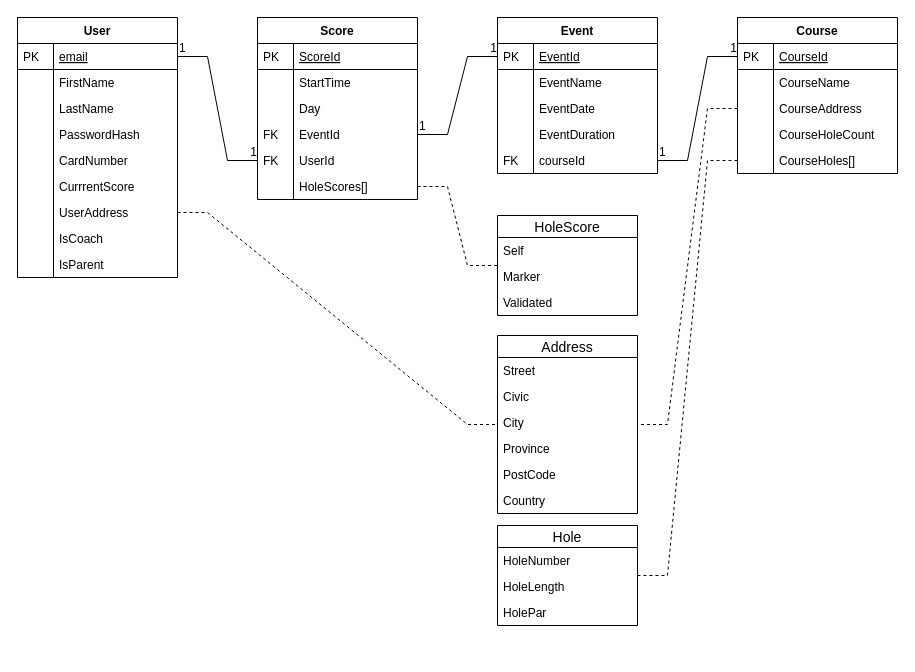
This is ProjectDocs/GolfScoringDB.drawio from paolob67/GolfScoring, a draw.io file, before an edit. Source tidied: cells renumbered, new cells numbered last; positions are measured from the earlier drawing's top-left corner, leaving out a move shared by most shapes. Both pictures are drawn from the tidied source at 100%, with x=0, y=0 at pixel (17, 17).
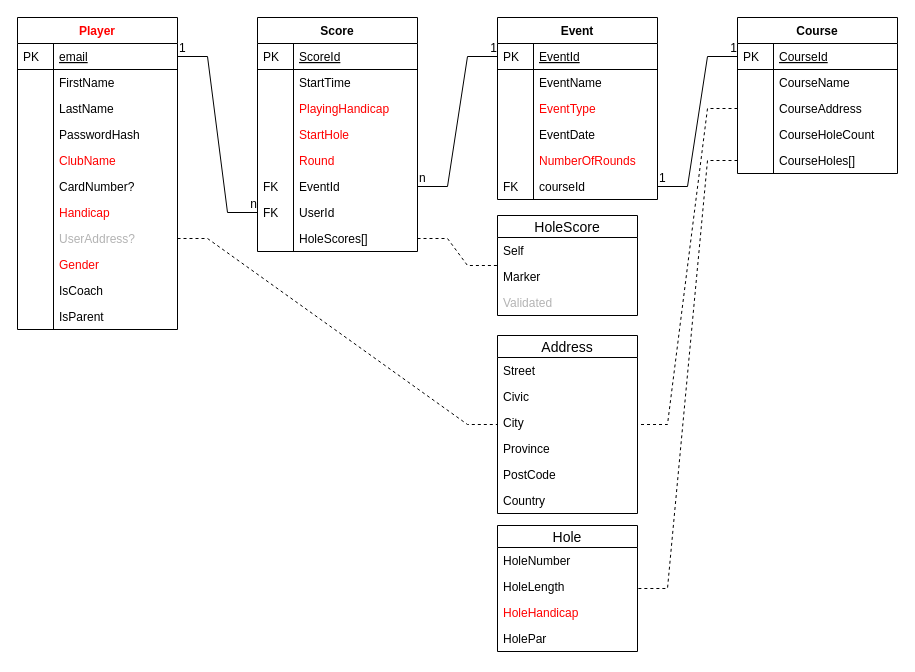
The same diagram, later.

Unchanged cells that the change refers to:
```xml
<mxCell id="21" style="endArrow=none;html=1;rounded=0;exitX=1;exitY=0.5;exitDx=0;exitDy=0;entryX=0;entryY=0.5;entryDx=0;entryDy=0;edgeStyle=entityRelationEdgeStyle;" parent="1" edge="1" source="3" target="33">
  <mxGeometry relative="1" as="geometry" />
</mxCell>
<mxCell id="37" style="endArrow=none;html=1;rounded=0;edgeStyle=entityRelationEdgeStyle;" parent="1" edge="1" source="31" target="41">
  <mxGeometry relative="1" as="geometry" />
</mxCell>
<mxCell id="68" value="HoleScore" style="swimlane;fontStyle=0;horizontal=1;startSize=22;align=center;fontSize=14;" parent="1" vertex="1">
  <mxGeometry x="480" y="198" width="140" height="100" as="geometry" />
</mxCell>
```

The edit, as a diff of the source:
```diff
@@
-    <mxCell id="2" value="User" style="swimlane;fontStyle=1;horizontal=1;startSize=26;rounded=0;shadow=0;strokeWidth=1;" parent="1" vertex="1">
-      <mxGeometry width="160" height="260" as="geometry" />
+    <mxCell id="2" value="Player" style="swimlane;fontStyle=1;horizontal=1;startSize=26;rounded=0;shadow=0;strokeWidth=1;fontColor=#FF0000;" parent="1" vertex="1">
+      <mxGeometry width="160" height="312" as="geometry" />
     </mxCell>
@@
+    <mxCell id="84" value="ClubName" style="shape=partialRectangle;top=0;left=0;right=0;bottom=0;align=left;verticalAlign=top;fillColor=none;spacingLeft=40;spacingRight=4;overflow=hidden;rounded=0;shadow=0;strokeWidth=1;fontColor=#FF0000;" parent="2" vertex="1">
+      <mxGeometry y="130" width="160" height="26" as="geometry" />
+    </mxCell>
+    <mxCell id="85" style="shape=partialRectangle;top=0;left=0;bottom=0;fillColor=none;align=left;verticalAlign=top;spacingLeft=4;spacingRight=4;overflow=hidden;" parent="84" vertex="1">
+      <mxGeometry width="36" height="26" as="geometry" />
+    </mxCell>
-    <mxCell id="11" value="CardNumber" style="shape=partialRectangle;top=0;left=0;right=0;bottom=0;align=left;verticalAlign=top;fillColor=none;spacingLeft=40;spacingRight=4;overflow=hidden;rounded=0;shadow=0;strokeWidth=1;" parent="2" vertex="1">
-      <mxGeometry y="130" width="160" height="26" as="geometry" />
+    <mxCell id="11" value="CardNumber?" style="shape=partialRectangle;top=0;left=0;right=0;bottom=0;align=left;verticalAlign=top;fillColor=none;spacingLeft=40;spacingRight=4;overflow=hidden;rounded=0;shadow=0;strokeWidth=1;" parent="2" vertex="1">
+      <mxGeometry y="156" width="160" height="26" as="geometry" />
     </mxCell>
@@
-    <mxCell id="13" value="CurrrentScore" style="shape=partialRectangle;top=0;left=0;right=0;bottom=0;align=left;verticalAlign=top;fillColor=none;spacingLeft=40;spacingRight=4;overflow=hidden;rounded=0;shadow=0;strokeWidth=1;" parent="2" vertex="1">
-      <mxGeometry y="156" width="160" height="26" as="geometry" />
+    <mxCell id="13" value="Handicap" style="shape=partialRectangle;top=0;left=0;right=0;bottom=0;align=left;verticalAlign=top;fillColor=none;spacingLeft=40;spacingRight=4;overflow=hidden;rounded=0;shadow=0;strokeWidth=1;fontColor=#FF0000;" parent="2" vertex="1">
+      <mxGeometry y="182" width="160" height="26" as="geometry" />
     </mxCell>
@@
-    <mxCell id="15" value="UserAddress" style="shape=partialRectangle;top=0;left=0;right=0;bottom=0;align=left;verticalAlign=top;fillColor=none;spacingLeft=40;spacingRight=4;overflow=hidden;points=[[0,0.5],[1,0.5]];portConstraint=eastwest;rounded=0;shadow=0;strokeWidth=1;" parent="2" vertex="1">
-      <mxGeometry y="182" width="160" height="26" as="geometry" />
+    <mxCell id="15" value="UserAddress?" style="shape=partialRectangle;top=0;left=0;right=0;bottom=0;align=left;verticalAlign=top;fillColor=none;spacingLeft=40;spacingRight=4;overflow=hidden;points=[[0,0.5],[1,0.5]];portConstraint=eastwest;rounded=0;shadow=0;strokeWidth=1;fontColor=#B3B3B3;" parent="2" vertex="1">
+      <mxGeometry y="208" width="160" height="26" as="geometry" />
     </mxCell>
@@
+    <mxCell id="86" value="Gender" style="shape=partialRectangle;top=0;left=0;right=0;bottom=0;align=left;verticalAlign=top;fillColor=none;spacingLeft=40;spacingRight=4;overflow=hidden;rounded=0;shadow=0;strokeWidth=1;fontColor=#FF0000;" parent="2" vertex="1">
+      <mxGeometry y="234" width="160" height="26" as="geometry" />
+    </mxCell>
+    <mxCell id="87" style="shape=partialRectangle;top=0;left=0;bottom=0;fillColor=none;align=left;verticalAlign=top;spacingLeft=4;spacingRight=4;overflow=hidden;" parent="86" vertex="1">
+      <mxGeometry width="36" height="26" as="geometry" />
+    </mxCell>
     <mxCell id="17" value="IsCoach" style="shape=partialRectangle;top=0;left=0;right=0;bottom=0;align=left;verticalAlign=top;fillColor=none;spacingLeft=40;spacingRight=4;overflow=hidden;rounded=0;shadow=0;strokeWidth=1;" parent="2" vertex="1">
-      <mxGeometry y="208" width="160" height="26" as="geometry" />
+      <mxGeometry y="260" width="160" height="26" as="geometry" />
     </mxCell>
@@
     <mxCell id="19" value="IsParent" style="shape=partialRectangle;top=0;left=0;right=0;bottom=0;align=left;verticalAlign=top;fillColor=none;spacingLeft=40;spacingRight=4;overflow=hidden;rounded=0;shadow=0;strokeWidth=1;" parent="2" vertex="1">
-      <mxGeometry y="234" width="160" height="26" as="geometry" />
+      <mxGeometry y="286" width="160" height="26" as="geometry" />
     </mxCell>
@@
-    <mxCell id="23" value="1" style="html=1;align=right;verticalAlign=bottom;" parent="21" vertex="1">
+    <mxCell id="23" value="n" style="html=1;align=right;verticalAlign=bottom;" parent="21" vertex="1">
       <mxGeometry x="1" relative="1" as="geometry" />
     </mxCell>
     <mxCell id="24" value="Score" style="swimlane;fontStyle=1;horizontal=1;startSize=26;rounded=0;shadow=0;strokeWidth=1;" parent="1" vertex="1">
-      <mxGeometry x="240" width="160" height="182" as="geometry" />
+      <mxGeometry x="240" width="160" height="234" as="geometry" />
     </mxCell>
@@
+    <mxCell id="88" value="PlayingHandicap" style="shape=partialRectangle;top=0;left=0;right=0;bottom=0;align=left;verticalAlign=top;fillColor=none;spacingLeft=40;spacingRight=4;overflow=hidden;rounded=0;shadow=0;strokeWidth=1;fontColor=#FF0000;" parent="24" vertex="1">
+      <mxGeometry y="78" width="160" height="26" as="geometry" />
+    </mxCell>
+    <mxCell id="89" style="shape=partialRectangle;top=0;left=0;bottom=0;fillColor=none;align=left;verticalAlign=top;spacingLeft=4;spacingRight=4;overflow=hidden;" parent="88" vertex="1">
+      <mxGeometry width="36" height="26" as="geometry" />
+    </mxCell>
+    <mxCell id="90" value="StartHole" style="shape=partialRectangle;top=0;left=0;right=0;bottom=0;align=left;verticalAlign=top;fillColor=none;spacingLeft=40;spacingRight=4;overflow=hidden;rounded=0;shadow=0;strokeWidth=1;fontColor=#FF0000;" parent="24" vertex="1">
+      <mxGeometry y="104" width="160" height="26" as="geometry" />
+    </mxCell>
+    <mxCell id="91" style="shape=partialRectangle;top=0;left=0;bottom=0;fillColor=none;align=left;verticalAlign=top;spacingLeft=4;spacingRight=4;overflow=hidden;" parent="90" vertex="1">
+      <mxGeometry width="36" height="26" as="geometry" />
+    </mxCell>
-    <mxCell id="29" value="Day" style="shape=partialRectangle;top=0;left=0;right=0;bottom=0;align=left;verticalAlign=top;fillColor=none;spacingLeft=40;spacingRight=4;overflow=hidden;rounded=0;shadow=0;strokeWidth=1;" parent="24" vertex="1">
-      <mxGeometry y="78" width="160" height="26" as="geometry" />
+    <mxCell id="29" value="Round" style="shape=partialRectangle;top=0;left=0;right=0;bottom=0;align=left;verticalAlign=top;fillColor=none;spacingLeft=40;spacingRight=4;overflow=hidden;rounded=0;shadow=0;strokeWidth=1;fontColor=#FF0000;" parent="24" vertex="1">
+      <mxGeometry y="130" width="160" height="26" as="geometry" />
     </mxCell>
@@
     <mxCell id="31" value="EventId" style="shape=partialRectangle;top=0;left=0;right=0;bottom=0;align=left;verticalAlign=top;fillColor=none;spacingLeft=40;spacingRight=4;overflow=hidden;points=[[0,0.5],[1,0.5]];portConstraint=eastwest;rounded=0;shadow=0;strokeWidth=1;" parent="24" vertex="1">
-      <mxGeometry y="104" width="160" height="26" as="geometry" />
+      <mxGeometry y="156" width="160" height="26" as="geometry" />
     </mxCell>
@@
     <mxCell id="33" value="UserId" style="shape=partialRectangle;top=0;left=0;right=0;bottom=0;align=left;verticalAlign=top;fillColor=none;spacingLeft=40;spacingRight=4;overflow=hidden;points=[[0,0.5],[1,0.5]];portConstraint=eastwest;rounded=0;shadow=0;strokeWidth=1;" parent="24" vertex="1">
-      <mxGeometry y="130" width="160" height="26" as="geometry" />
+      <mxGeometry y="182" width="160" height="26" as="geometry" />
     </mxCell>
@@
     <mxCell id="35" value="HoleScores[]" style="shape=partialRectangle;top=0;left=0;right=0;bottom=0;align=left;verticalAlign=top;fillColor=none;spacingLeft=40;spacingRight=4;overflow=hidden;points=[[0,0.5],[1,0.5]];portConstraint=eastwest;rounded=0;shadow=0;strokeWidth=1;" parent="24" vertex="1">
-      <mxGeometry y="156" width="160" height="26" as="geometry" />
+      <mxGeometry y="208" width="160" height="26" as="geometry" />
     </mxCell>
@@
-    <mxCell id="38" value="1" style="html=1;align=left;verticalAlign=bottom;" parent="37" vertex="1">
+    <mxCell id="38" value="n" style="html=1;align=left;verticalAlign=bottom;" parent="37" vertex="1">
       <mxGeometry x="-1" relative="1" as="geometry" />
     </mxCell>
@@
     <mxCell id="40" value="Event" style="swimlane;fontStyle=1;horizontal=1;startSize=26;rounded=0;shadow=0;strokeWidth=1;" parent="1" vertex="1">
-      <mxGeometry x="480" width="160" height="156" as="geometry" />
+      <mxGeometry x="480" width="160" height="182" as="geometry" />
     </mxCell>
@@
+    <mxCell id="92" value="EventType" style="shape=partialRectangle;top=0;left=0;right=0;bottom=0;align=left;verticalAlign=top;fillColor=none;spacingLeft=40;spacingRight=4;overflow=hidden;rounded=0;shadow=0;strokeWidth=1;fontColor=#FF0000;" parent="40" vertex="1">
+      <mxGeometry y="78" width="160" height="26" as="geometry" />
+    </mxCell>
+    <mxCell id="93" style="shape=partialRectangle;top=0;left=0;bottom=0;fillColor=none;align=left;verticalAlign=top;spacingLeft=4;spacingRight=4;overflow=hidden;" parent="92" vertex="1">
+      <mxGeometry width="36" height="26" as="geometry" />
+    </mxCell>
     <mxCell id="45" value="EventDate" style="shape=partialRectangle;top=0;left=0;right=0;bottom=0;align=left;verticalAlign=top;fillColor=none;spacingLeft=40;spacingRight=4;overflow=hidden;rounded=0;shadow=0;strokeWidth=1;" parent="40" vertex="1">
-      <mxGeometry y="78" width="160" height="26" as="geometry" />
+      <mxGeometry y="104" width="160" height="26" as="geometry" />
     </mxCell>
@@
-    <mxCell id="47" value="EventDuration" style="shape=partialRectangle;top=0;left=0;right=0;bottom=0;align=left;verticalAlign=top;fillColor=none;spacingLeft=40;spacingRight=4;overflow=hidden;rounded=0;shadow=0;strokeWidth=1;" parent="40" vertex="1">
-      <mxGeometry y="104" width="160" height="26" as="geometry" />
+    <mxCell id="47" value="NumberOfRounds" style="shape=partialRectangle;top=0;left=0;right=0;bottom=0;align=left;verticalAlign=top;fillColor=none;spacingLeft=40;spacingRight=4;overflow=hidden;rounded=0;shadow=0;strokeWidth=1;fontColor=#FF0000;" parent="40" vertex="1">
+      <mxGeometry y="130" width="160" height="26" as="geometry" />
     </mxCell>
@@
     <mxCell id="49" value="courseId" style="shape=partialRectangle;top=0;left=0;right=0;bottom=0;align=left;verticalAlign=top;fillColor=none;spacingLeft=40;spacingRight=4;overflow=hidden;points=[[0,0.5],[1,0.5]];portConstraint=eastwest;rounded=0;shadow=0;strokeWidth=1;" parent="40" vertex="1">
-      <mxGeometry y="130" width="160" height="26" as="geometry" />
+      <mxGeometry y="156" width="160" height="26" as="geometry" />
     </mxCell>
@@
-    <mxCell id="71" value="Validated" style="text;strokeColor=none;fillColor=none;spacingLeft=4;spacingRight=4;overflow=hidden;fontSize=12;" parent="68" vertex="1">
+    <mxCell id="71" value="Validated" style="text;strokeColor=none;fillColor=none;spacingLeft=4;spacingRight=4;overflow=hidden;fontSize=12;fontColor=#B3B3B3;" parent="68" vertex="1">
       <mxGeometry y="74" width="140" height="26" as="geometry" />
     </mxCell>
@@
     <mxCell id="79" value="Hole" style="swimlane;fontStyle=0;horizontal=1;startSize=22;align=center;fontSize=14;" parent="1" vertex="1">
-      <mxGeometry x="480" y="508" width="140" height="100" as="geometry" />
+      <mxGeometry x="480" y="508" width="140" height="126" as="geometry" />
     </mxCell>
@@
+    <mxCell id="94" value="HoleHandicap" style="text;strokeColor=none;fillColor=none;spacingLeft=4;spacingRight=4;overflow=hidden;fontSize=12;fontColor=#FF0000;" parent="79" vertex="1">
+      <mxGeometry y="74" width="140" height="26" as="geometry" />
+    </mxCell>
     <mxCell id="82" value="HolePar" style="text;strokeColor=none;fillColor=none;spacingLeft=4;spacingRight=4;overflow=hidden;fontSize=12;" parent="79" vertex="1">
-      <mxGeometry y="74" width="140" height="26" as="geometry" />
+      <mxGeometry y="100" width="140" height="26" as="geometry" />
     </mxCell>
```
